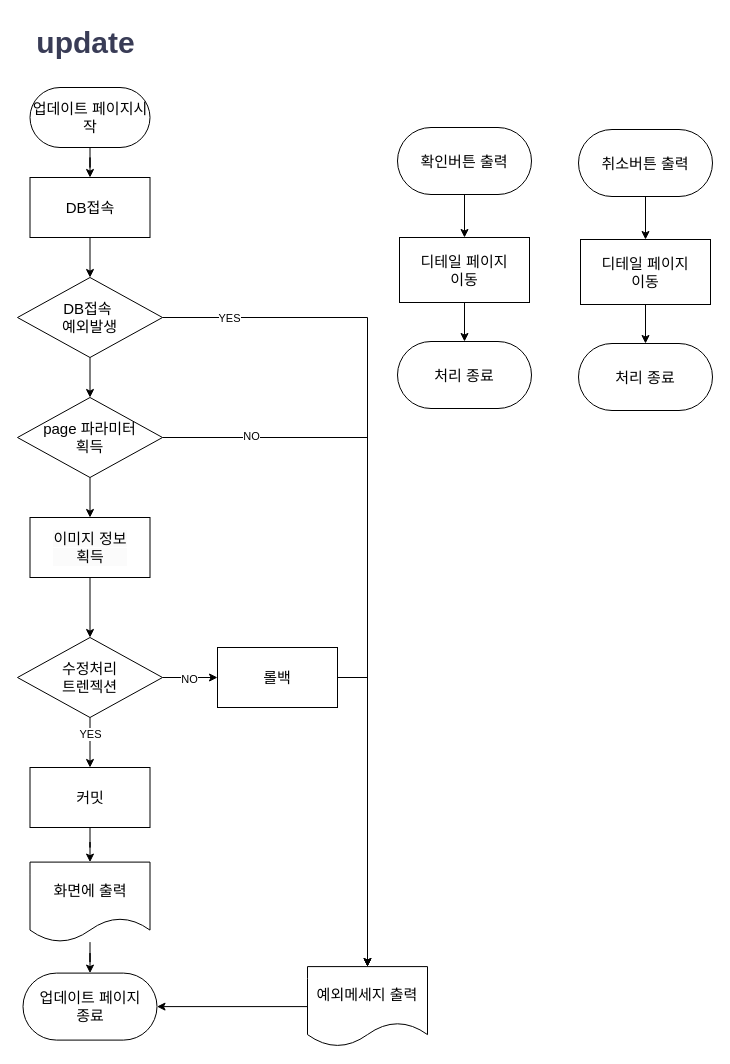
Earlier version of the draw.io diagram 플로우차트/업데이트.drawio (1st-team2/everytimewantgohome). Source tidied: cells renumbered, new cells numbered last; positions are measured from the earlier drawing's top-left corner, leaving out a move shared by most shapes. Both pictures are drawn from the tidied source at 100%, with x=0, y=0 at pixel (17, 17).
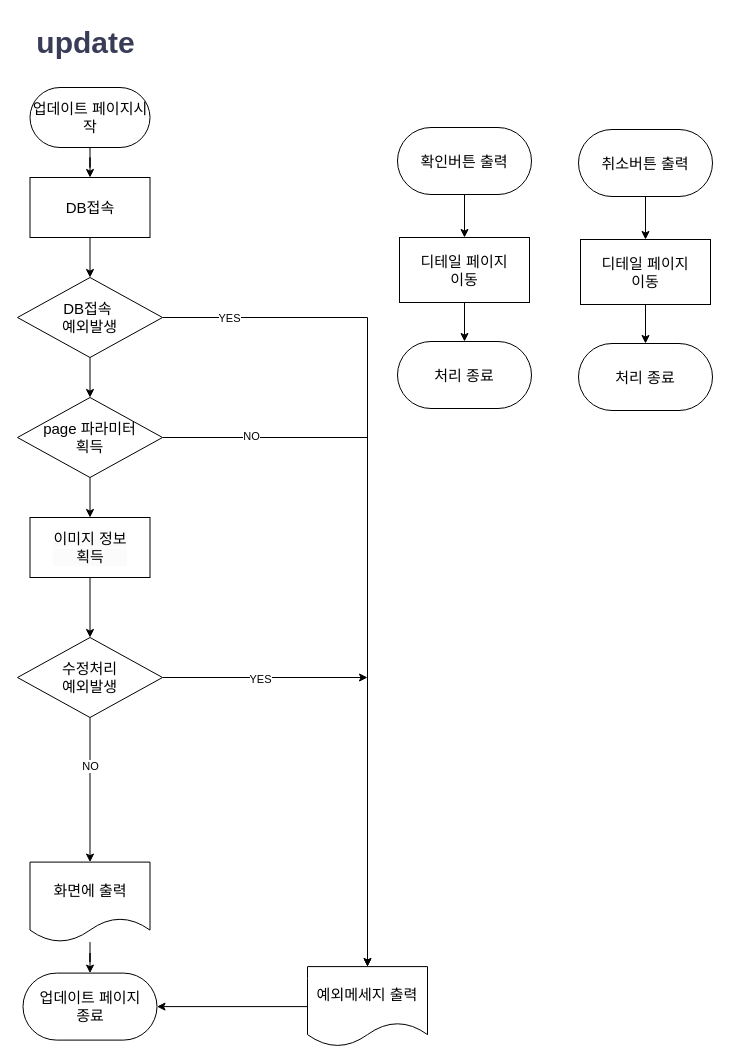
After the change.

The change refers to these unchanged cells:
```xml
<mxCell id="12" value="예외메세지 출력" style="shape=document;whiteSpace=wrap;html=1;boundedLbl=1;fontSize=15;" parent="1" vertex="1">
  <mxGeometry x="290" y="949.1" width="120" height="80" as="geometry" />
</mxCell>
<mxCell id="14" value="화면에 출력" style="shape=document;whiteSpace=wrap;html=1;boundedLbl=1;fontSize=15;" parent="1" vertex="1">
  <mxGeometry x="12.5" y="844.6" width="120" height="80" as="geometry" />
</mxCell>
```

Diff of the diagram source:
```diff
@@
     <mxCell id="16" style="edgeStyle=orthogonalEdgeStyle;rounded=0;jettySize=auto;html=1;exitX=1;exitY=0.5;exitDx=0;exitDy=0;" parent="1" edge="1" source="20">
       <mxGeometry relative="1" as="geometry">
-        <mxPoint x="200" y="660" as="targetPoint" />
+        <mxPoint x="350" y="660" as="targetPoint" />
       </mxGeometry>
     </mxCell>
-    <mxCell id="17" value="NO" style="edgeLabel;html=1;align=center;verticalAlign=middle;" parent="16" vertex="1">
+    <mxCell id="17" value="YES" style="edgeLabel;html=1;align=center;verticalAlign=middle;" parent="16" vertex="1">
       <mxGeometry x="-0.06" y="-1" relative="1" as="geometry" />
     </mxCell>
-    <mxCell id="18" style="edgeStyle=orthogonalEdgeStyle;rounded=0;jettySize=auto;html=1;" parent="1" edge="1" source="20" target="40">
+    <mxCell id="18" style="edgeStyle=orthogonalEdgeStyle;rounded=0;jettySize=auto;html=1;entryX=0.5;entryY=0;entryDx=0;entryDy=0;" parent="1" edge="1" source="20" target="14">
       <mxGeometry relative="1" as="geometry" />
     </mxCell>
-    <mxCell id="19" value="YES" style="edgeLabel;html=1;align=center;verticalAlign=middle;" parent="18" vertex="1">
+    <mxCell id="19" value="NO" style="edgeLabel;html=1;align=center;verticalAlign=middle;" parent="18" vertex="1">
       <mxGeometry x="-0.34" relative="1" as="geometry" />
     </mxCell>
-    <mxCell id="20" value="수정처리&lt;div&gt;트렌젝션&lt;/div&gt;" style="rhombus;whiteSpace=wrap;html=1;fontSize=15;" parent="1" vertex="1">
+    <mxCell id="20" value="수정처리&lt;div&gt;예외발생&lt;/div&gt;" style="rhombus;whiteSpace=wrap;html=1;fontSize=15;" parent="1" vertex="1">
       <mxGeometry y="620" width="145" height="80" as="geometry" />
     </mxCell>
@@
-    <mxCell id="35" style="endArrow=classic;html=1;rounded=0;exitX=1;exitY=0.5;exitDx=0;exitDy=0;entryX=0.5;entryY=0;entryDx=0;entryDy=0;" parent="1" edge="1" target="12">
-      <mxGeometry relative="1" as="geometry">
-        <mxPoint x="300" y="660" as="sourcePoint" />
-        <Array as="points">
-          <mxPoint x="350" y="660" />
-        </Array>
-      </mxGeometry>
-    </mxCell>
@@
-    <mxCell id="38" value="&lt;span style=&quot;font-size: 15px;&quot;&gt;롤백&lt;/span&gt;" style="rounded=0;whiteSpace=wrap;html=1;" parent="1" vertex="1">
-      <mxGeometry x="200" y="630" width="120" height="60" as="geometry" />
-    </mxCell>
-    <mxCell id="39" style="edgeStyle=orthogonalEdgeStyle;rounded=0;jettySize=auto;html=1;" parent="1" edge="1" source="40" target="14">
-      <mxGeometry relative="1" as="geometry" />
-    </mxCell>
-    <mxCell id="40" value="&lt;span style=&quot;font-size: 15px;&quot;&gt;커밋&lt;/span&gt;" style="rounded=0;whiteSpace=wrap;html=1;" parent="1" vertex="1">
-      <mxGeometry x="12.5" y="750" width="120" height="60" as="geometry" />
-    </mxCell>
```
